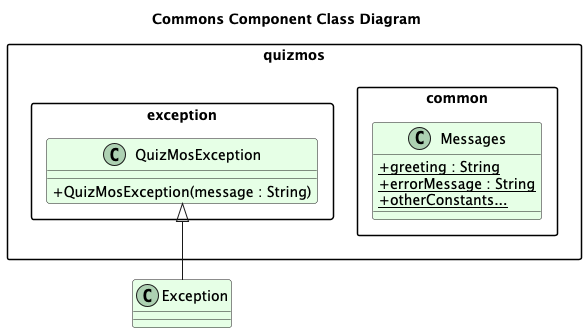
The PlantUML diagram docs/images/CommonsComponent_ClassDiagram.png in ashutoshalung/tp, before a commit.
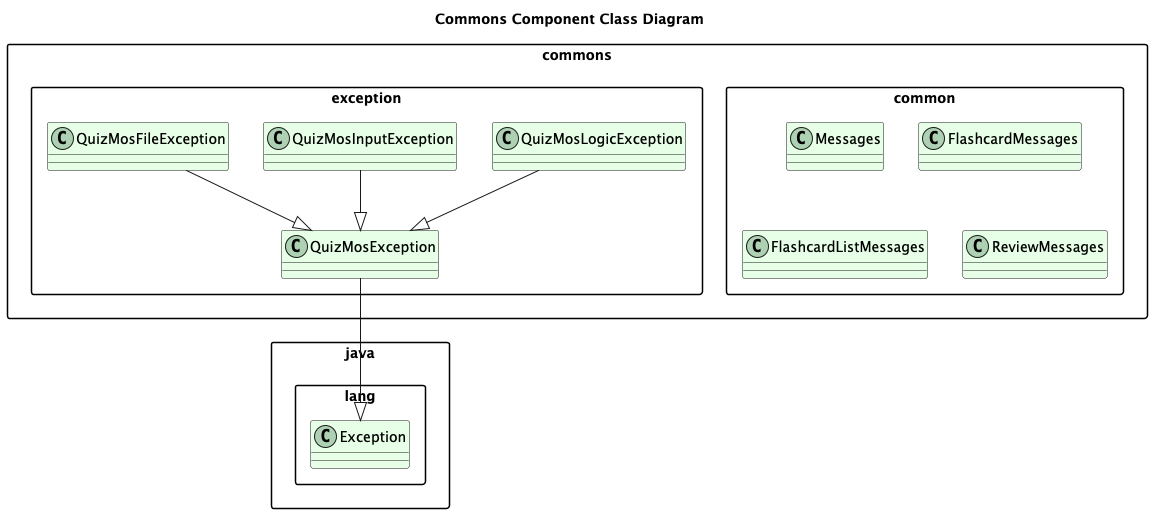
Later version of the same file.

Commit message:
Fix DG class diagrams

Diff of the diagram source:
```diff
@@ -5,21 +5,31 @@
 skinparam classAttributeIconSize 0
 skinparam classBackgroundColor #E6FFE6
 skinparam packageStyle rectangle
+skinparam shadowing false
 
-package "quizmos.exception" {
-    class QuizMosException {
-        + QuizMosException(message : String)
-    }
+package "commons.exception" {
+    class QuizMosException
+
+    class QuizMosFileException
+
+    class QuizMosInputException
+
+    class QuizMosLogicException
 }
 
-package "quizmos.common" {
-    class Messages {
-        {static} + greeting : String
-        {static} + errorMessage : String
-        {static} + otherConstants...
-    }
+package "commons.common" {
+    class Messages
+
+    class FlashcardMessages
+
+    class FlashcardListMessages
+
+    class ReviewMessages
 }
 
-QuizMosException <|-- Exception
+QuizMosFileException --|> QuizMosException
+QuizMosInputException --|> QuizMosException
+QuizMosLogicException --|> QuizMosException
+QuizMosException --|> "java.lang.Exception"
 
 @enduml
```
